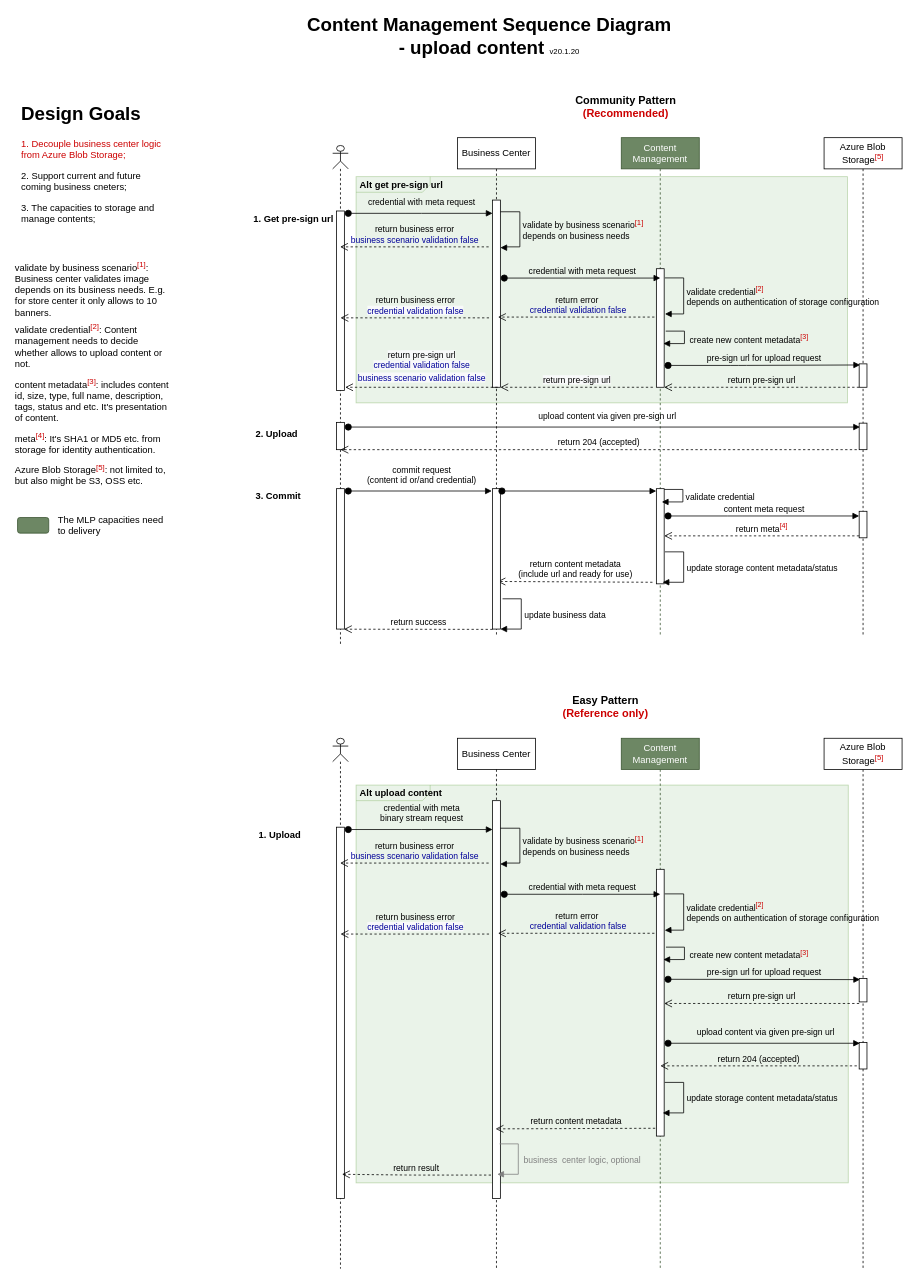
Earlier version of the draw.io diagram Mid Layer Platform Content Business Flow.drawio (sotheair/designs). Source tidied: cells renumbered, new cells numbered last; positions are measured from the earlier drawing's top-left corner, leaving out a move shared by most shapes. Both pictures are drawn from the tidied source at 78%, with x=0, y=0 at pixel (13, 28).
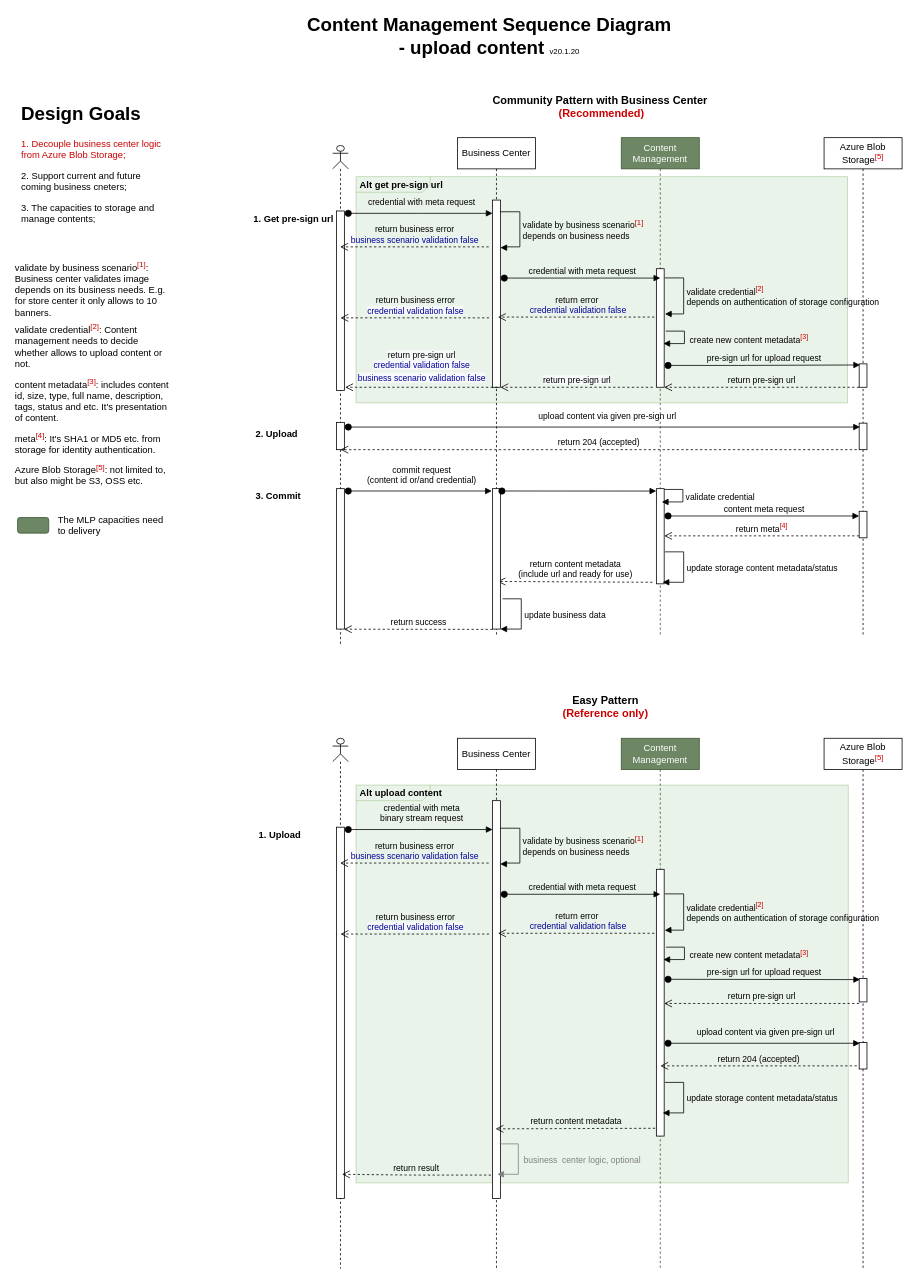
The same diagram, later.

Change to the diagram source:
```diff
@@
-    <mxCell id="74" value="&lt;font&gt;&lt;b style=&quot;font-size: 14px&quot;&gt;Community Pattern &lt;font color=&quot;#cc0000&quot;&gt;(&lt;/font&gt;&lt;/b&gt;&lt;font color=&quot;#cc0000&quot;&gt;&lt;span style=&quot;font-size: 14px&quot;&gt;&lt;b&gt;Recommended&lt;/b&gt;&lt;/span&gt;&lt;b style=&quot;font-size: 14px&quot;&gt;)&lt;/b&gt;&lt;/font&gt;&lt;/font&gt;" style="text;html=1;strokeColor=none;fillColor=none;align=center;verticalAlign=middle;whiteSpace=wrap;rounded=0;" parent="1" vertex="1">
-      <mxGeometry x="710" y="90" width="150" height="20" as="geometry" />
+    <mxCell id="74" value="&lt;font&gt;&lt;b style=&quot;font-size: 14px&quot;&gt;Community Pattern with Business Center&amp;nbsp;&lt;br&gt;&lt;font color=&quot;#cc0000&quot;&gt;(&lt;/font&gt;&lt;/b&gt;&lt;font color=&quot;#cc0000&quot;&gt;&lt;span style=&quot;font-size: 14px&quot;&gt;&lt;b&gt;Recommended&lt;/b&gt;&lt;/span&gt;&lt;b style=&quot;font-size: 14px&quot;&gt;)&lt;/b&gt;&lt;/font&gt;&lt;/font&gt;" style="text;html=1;strokeColor=none;fillColor=none;align=center;verticalAlign=middle;whiteSpace=wrap;rounded=0;" parent="1" vertex="1">
+      <mxGeometry x="564" y="90" width="380" height="20" as="geometry" />
     </mxCell>
```
